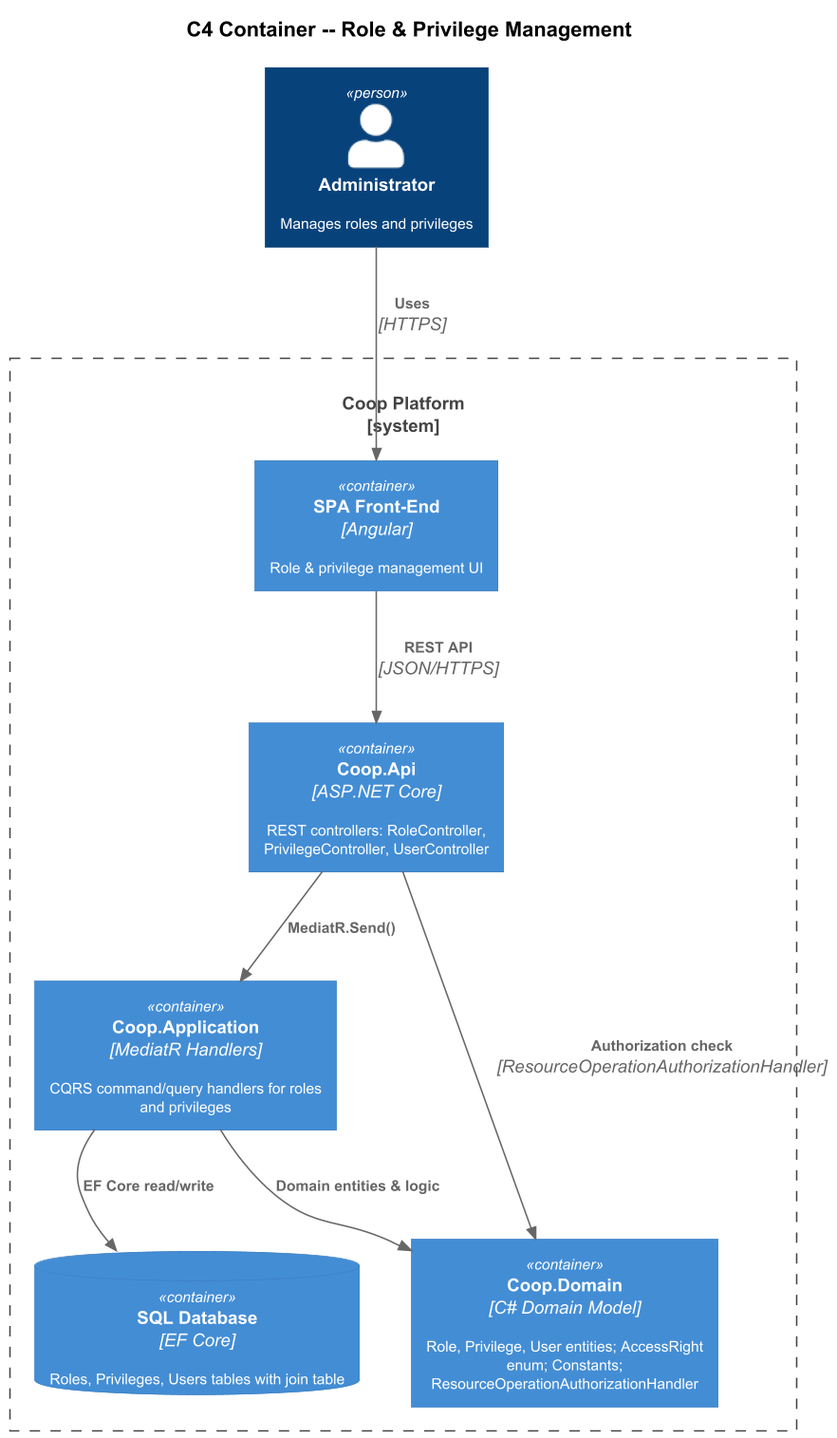
Earlier version of the PlantUML export docs/detailed-designs/03-role-and-privilege-management/c4-container.png (QuinntyneBrown/Coop). The source it was exported from:
```plantuml
@startuml
!include https://raw.githubusercontent.com/plantuml-stdlib/C4-PlantUML/master/C4_Container.puml

skinparam dpi 150
skinparam defaultFontSize 10

title C4 Container -- Role & Privilege Management

Person(admin, "Administrator", "Manages roles and privileges")

System_Boundary(coop, "Coop Platform") {
  Container(spa, "SPA Front-End", "Angular", "Role & privilege management UI")
  Container(api, "Coop.Api", "ASP.NET Core", "REST controllers: RoleController, PrivilegeController, UserController")
  Container(app, "Coop.Application", "MediatR Handlers", "CQRS command/query handlers for roles and privileges")
  Container(domain, "Coop.Domain", "C# Domain Model", "Role, Privilege, User entities; AccessRight enum; Constants; ResourceOperationAuthorizationHandler")
  ContainerDb(db, "SQL Database", "EF Core", "Roles, Privileges, Users tables with join table")
}

Rel(admin, spa, "Uses", "HTTPS")
Rel(spa, api, "REST API", "JSON/HTTPS")
Rel(api, app, "MediatR.Send()")
Rel(app, domain, "Domain entities & logic")
Rel(app, db, "EF Core read/write")
Rel(api, domain, "Authorization check", "ResourceOperationAuthorizationHandler")

@enduml
```
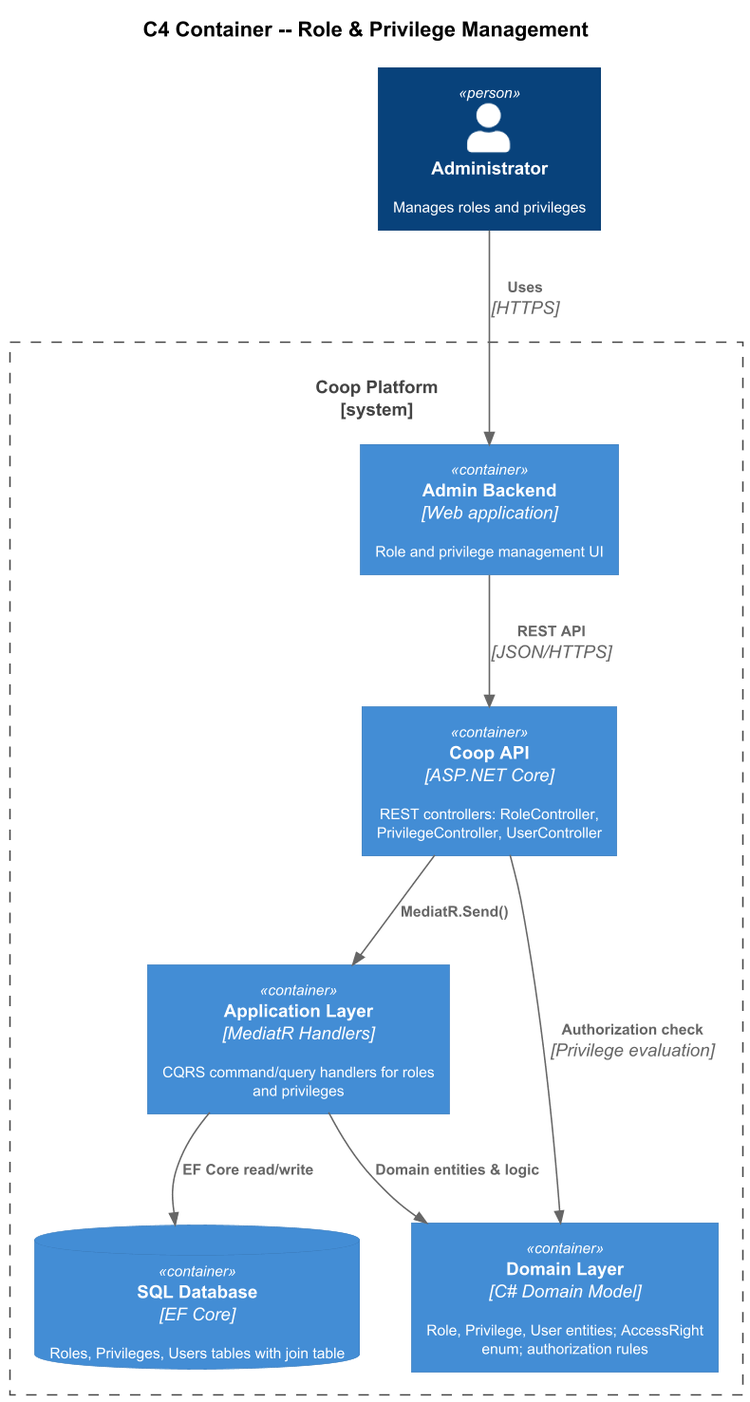
Later version of the same file.

Change to the diagram source:
```diff
@@ -9,18 +9,18 @@
 Person(admin, "Administrator", "Manages roles and privileges")
 
 System_Boundary(coop, "Coop Platform") {
-  Container(spa, "SPA Front-End", "Angular", "Role & privilege management UI")
-  Container(api, "Coop.Api", "ASP.NET Core", "REST controllers: RoleController, PrivilegeController, UserController")
-  Container(app, "Coop.Application", "MediatR Handlers", "CQRS command/query handlers for roles and privileges")
-  Container(domain, "Coop.Domain", "C# Domain Model", "Role, Privilege, User entities; AccessRight enum; Constants; ResourceOperationAuthorizationHandler")
+  Container(adminApp, "Admin Backend", "Web application", "Role and privilege management UI")
+  Container(api, "Coop API", "ASP.NET Core", "REST controllers: RoleController, PrivilegeController, UserController")
+  Container(app, "Application Layer", "MediatR Handlers", "CQRS command/query handlers for roles and privileges")
+  Container(domain, "Domain Layer", "C# Domain Model", "Role, Privilege, User entities; AccessRight enum; authorization rules")
   ContainerDb(db, "SQL Database", "EF Core", "Roles, Privileges, Users tables with join table")
 }
 
-Rel(admin, spa, "Uses", "HTTPS")
-Rel(spa, api, "REST API", "JSON/HTTPS")
+Rel(admin, adminApp, "Uses", "HTTPS")
+Rel(adminApp, api, "REST API", "JSON/HTTPS")
 Rel(api, app, "MediatR.Send()")
 Rel(app, domain, "Domain entities & logic")
 Rel(app, db, "EF Core read/write")
-Rel(api, domain, "Authorization check", "ResourceOperationAuthorizationHandler")
+Rel(api, domain, "Authorization check", "Privilege evaluation")
 
 @enduml
```
